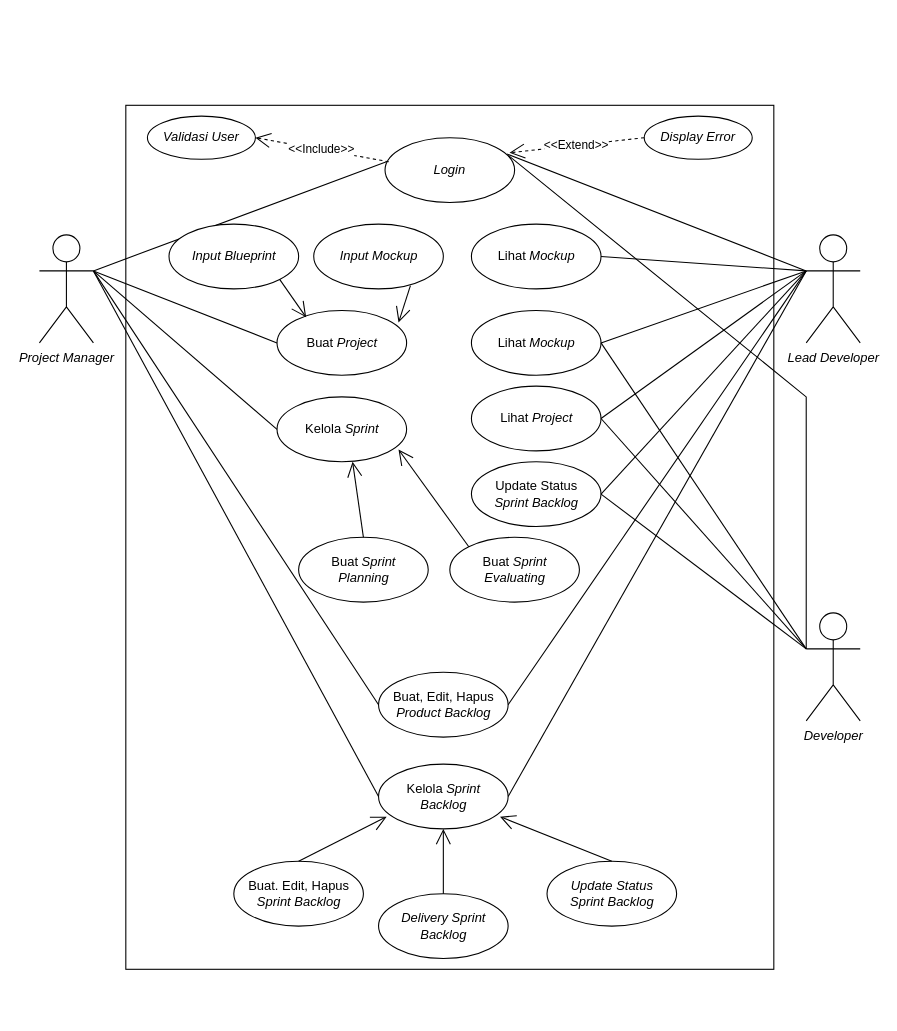
The draw.io diagram Diagram Tanpa Judul.drawio in raldawiyahh/alda-resolusi, before the edit. Source tidied: cells renumbered, new cells numbered last; positions are measured from the earlier drawing's top-left corner, leaving out a move shared by most shapes. Both pictures are drawn from the tidied source at 108%, with x=0, y=0 at pixel (39, 105).
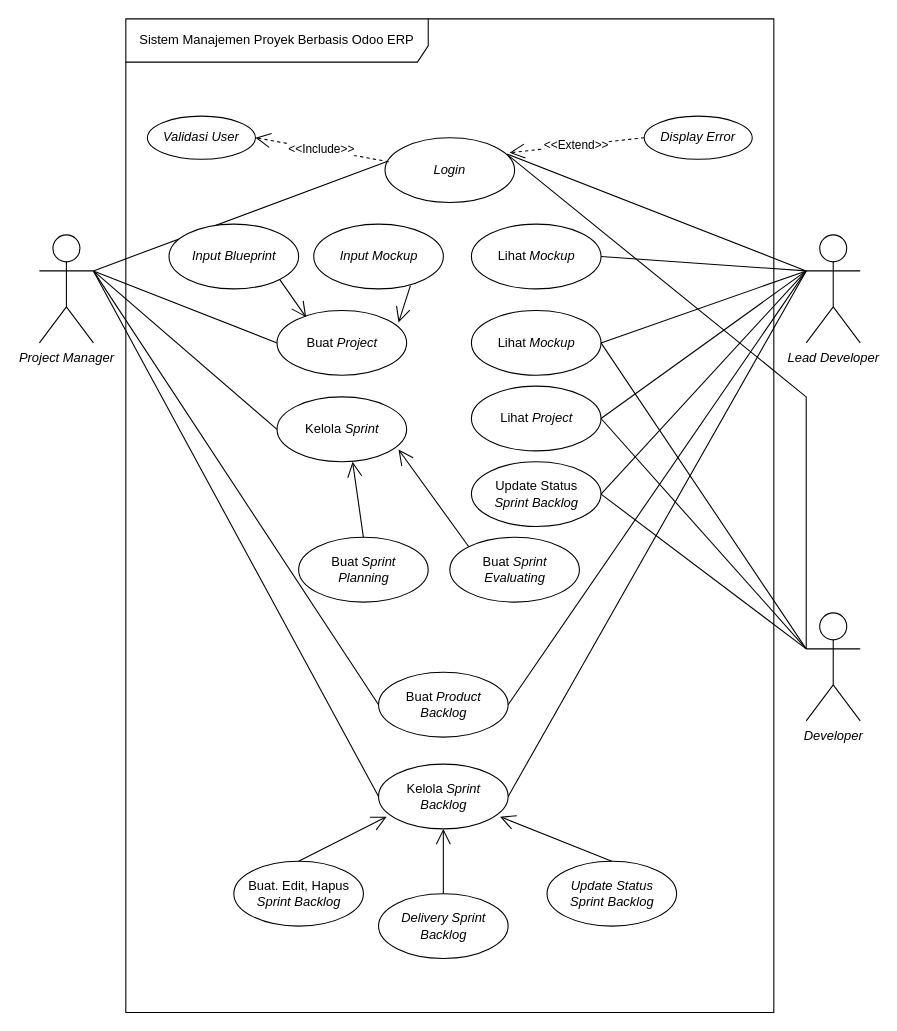
The same diagram, later.

Commit message:
USE CASE MANPRO.drawio

Unchanged cells that the change refers to:
```xml
<mxCell id="7" style="group;" parent="1" vertex="1">
  <mxGeometry x="314" y="525" width="120" height="60" as="geometry" />
</mxCell>
```

Change to the diagram source:
```diff
@@
-    <mxCell id="2" style="rounded=0;whiteSpace=wrap;html=1;" parent="1" vertex="1">
-      <mxGeometry x="80" width="600" height="800" as="geometry" />
-    </mxCell>
@@
-    <mxCell id="9" value="Buat, Edit, Hapus &lt;i&gt;Product Backlog&lt;/i&gt;" style="text;html=1;strokeColor=none;fillColor=none;align=center;verticalAlign=middle;whiteSpace=wrap;rounded=0;" parent="7" vertex="1">
+    <mxCell id="9" value="Buat&lt;i&gt; Product Backlog&lt;/i&gt;" style="text;html=1;strokeColor=none;fillColor=none;align=center;verticalAlign=middle;whiteSpace=wrap;rounded=0;" parent="7" vertex="1">
       <mxGeometry x="7.5" y="11.2" width="105" height="37.5" as="geometry" />
     </mxCell>
@@
+    <mxCell id="79" value="Sistem Manajemen Proyek Berbasis Odoo ERP" style="shape=umlFrame;whiteSpace=wrap;html=1;width=280;height=40;" parent="1" vertex="1">
+      <mxGeometry x="80" y="-80" width="600" height="920" as="geometry" />
+    </mxCell>
```
